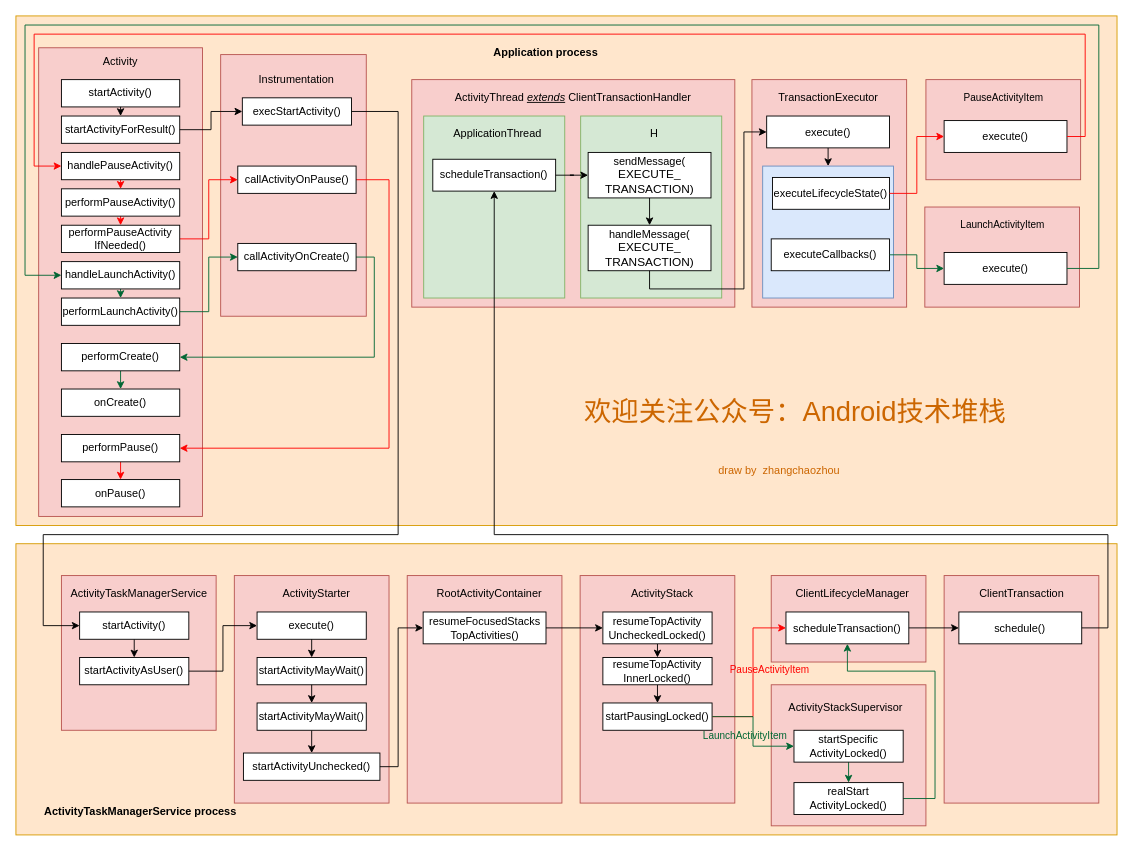
Earlier version of the draw.io diagram page "Page-1" (1 of 2) of Android/StartActivity.drawio (chaozhouzhang/learning-summary). Source tidied: cells renumbered, new cells numbered last; positions are measured from the earlier drawing's top-left corner, leaving out a move shared by most shapes. Both pictures are drawn from the tidied source at 91%, with x=0, y=0 at pixel (15, 15).
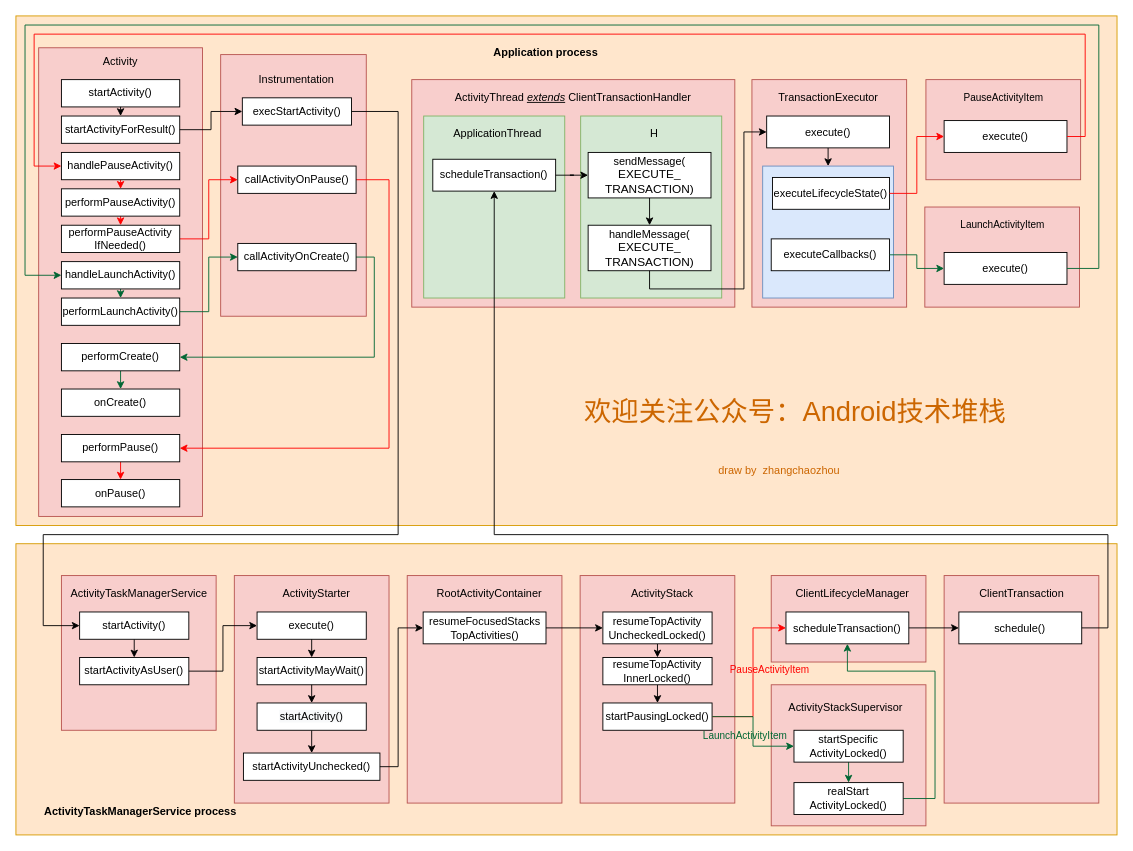
Above is the later version.

What changed in the source:
```diff
@@
-    <mxCell id="16" value="startActivityMayWait()" style="rounded=0;whiteSpace=wrap;html=1;" parent="1" vertex="1">
+    <mxCell id="16" value="&lt;pre&gt;&lt;pre&gt;&lt;font face=&quot;helvetica&quot;&gt;&lt;span style=&quot;background-color: rgb(248 , 249 , 250)&quot;&gt;startActivity()&lt;/span&gt;&lt;/font&gt;&lt;/pre&gt;&lt;/pre&gt;" style="rounded=0;whiteSpace=wrap;html=1;" parent="1" vertex="1">
       <mxGeometry x="265" y="755" width="120" height="30" as="geometry" />
     </mxCell>
```
